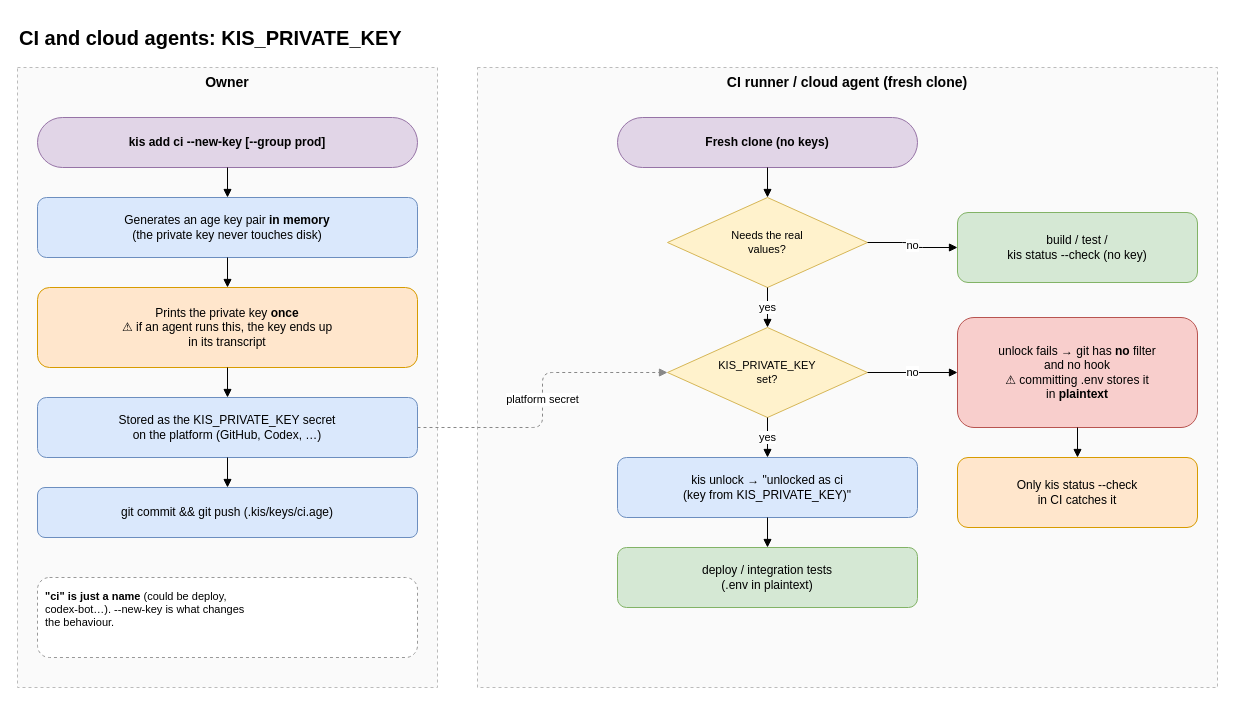
Above: page "6 · CI and cloud agents" (6 of 13) of docs/diagrams/kis-flows.drawio in juanfraherrero/keep-in-secret (draw.io), before the change. Source tidied: cells renumbered, new cells numbered last; positions are measured from the earlier drawing's top-left corner, leaving out a move shared by most shapes. Both pictures are drawn from the tidied source at 100%, with x=0, y=0 at pixel (17, 17).
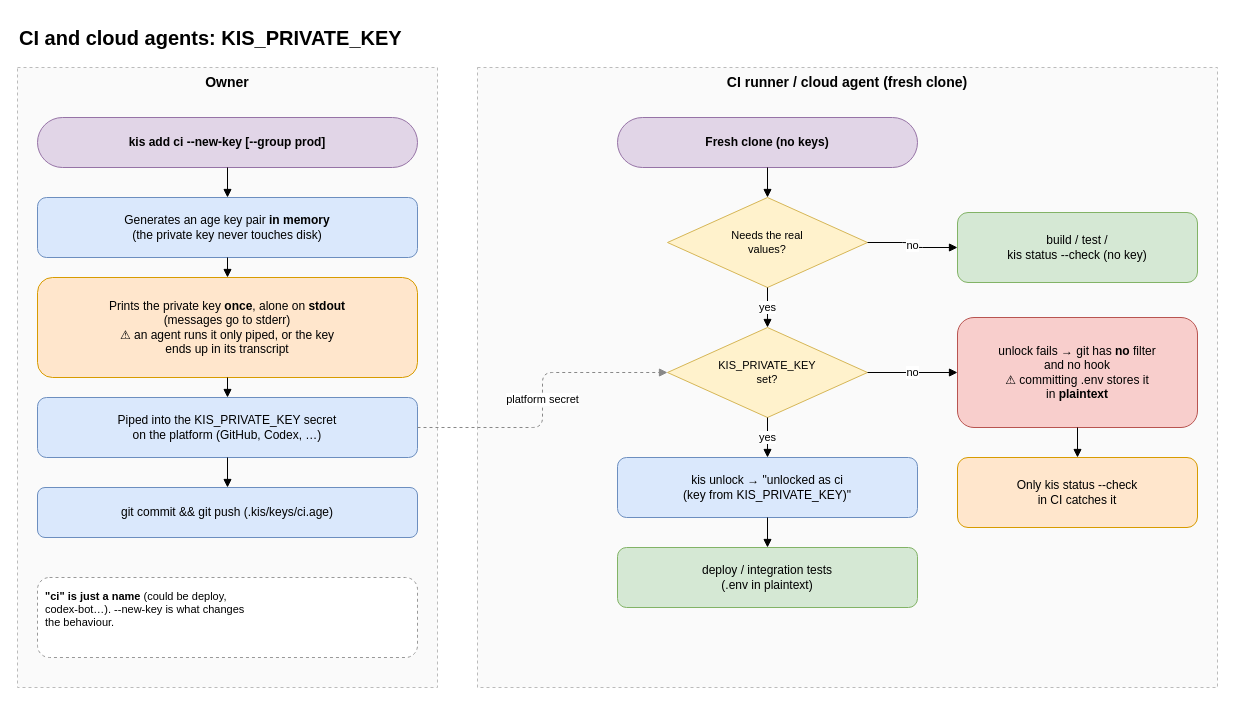
The same page after the edit.

Commit message (it also covers changes not shown here):
Write only the private key to stdout with kis add --new-key

What changed in the source:
```diff
@@
-    <mxCell id="7" value="Prints the private key &lt;b&gt;once&lt;/b&gt;&lt;br&gt;⚠ if an agent runs this, the key ends up&lt;br&gt;in its transcript" style="rounded=1;whiteSpace=wrap;html=1;fillColor=#ffe6cc;strokeColor=#d79b00;fontSize=12;" parent="1" vertex="1">
-      <mxGeometry x="20" y="270" width="380" height="80" as="geometry" />
+    <mxCell id="7" value="Prints the private key &lt;b&gt;once&lt;/b&gt;, alone on &lt;b&gt;stdout&lt;/b&gt;&lt;br&gt;(messages go to stderr)&lt;br&gt;⚠ an agent runs it only piped, or the key&lt;br&gt;ends up in its transcript" style="rounded=1;whiteSpace=wrap;html=1;fillColor=#ffe6cc;strokeColor=#d79b00;fontSize=12;" parent="1" vertex="1">
+      <mxGeometry x="20" y="260" width="380" height="100" as="geometry" />
     </mxCell>
-    <mxCell id="8" value="Stored as the KIS_PRIVATE_KEY secret&lt;br&gt;on the platform (GitHub, Codex, …)" style="rounded=1;whiteSpace=wrap;html=1;fillColor=#dae8fc;strokeColor=#6c8ebf;fontSize=12;" parent="1" vertex="1">
+    <mxCell id="8" value="Piped into the KIS_PRIVATE_KEY secret&lt;br&gt;on the platform (GitHub, Codex, …)" style="rounded=1;whiteSpace=wrap;html=1;fillColor=#dae8fc;strokeColor=#6c8ebf;fontSize=12;" parent="1" vertex="1">
       <mxGeometry x="20" y="380" width="380" height="60" as="geometry" />
     </mxCell>
```
